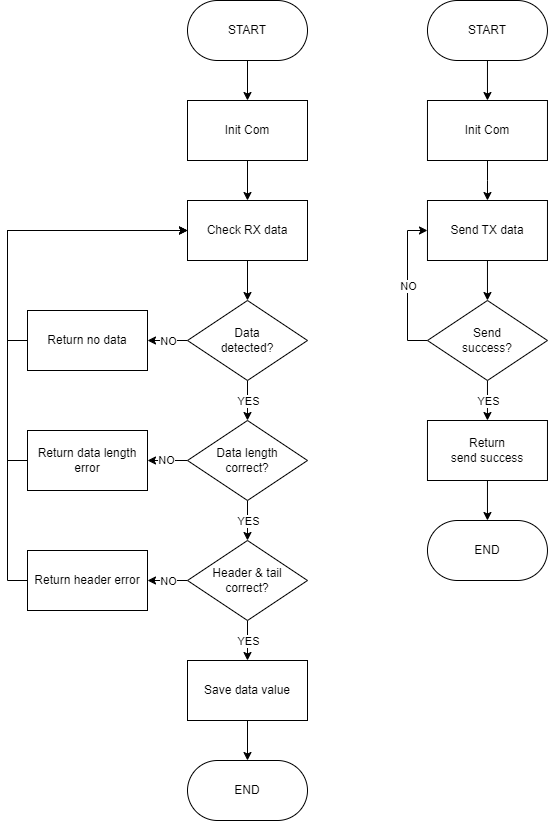
Before: Breakdown/Exported/Flow Control-Komunikasi RS-232.png, a diagram exported from draw.io (AlfonsusGiovanni/Welding-Arm-Manipulator). Source tidied: cells renumbered, new cells last; positions are measured from the earlier drawing's top-left corner, leaving out a move shared by most shapes.
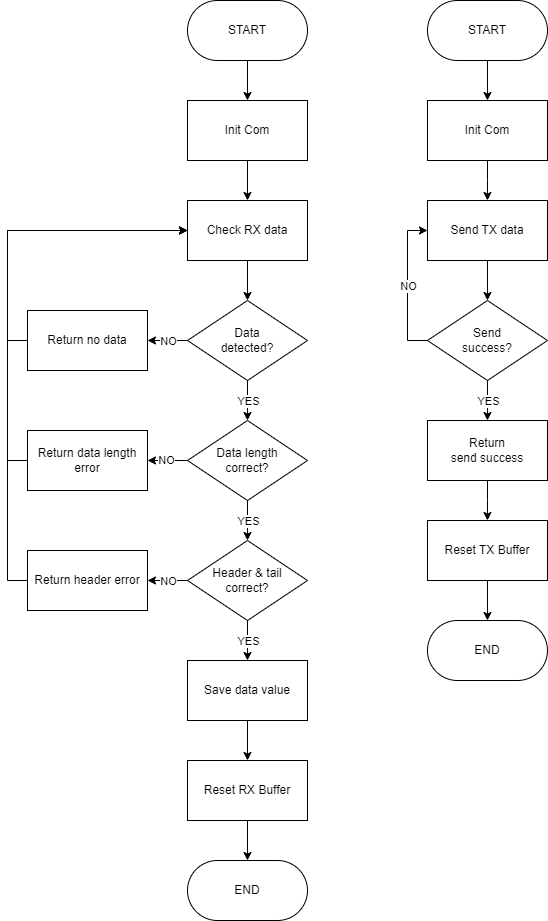
Above is the later version.

The edit, as a diff of the source:
```diff
@@ -65,15 +65,12 @@
     <mxCell id="22" value="Header &amp;amp; tail&lt;div&gt;correct?&lt;/div&gt;" style="rhombus;whiteSpace=wrap;html=1;" parent="1" vertex="1">
       <mxGeometry x="160" y="540" width="120" height="80" as="geometry" />
     </mxCell>
-    <mxCell id="23" style="edgeStyle=orthogonalEdgeStyle;rounded=0;jettySize=auto;html=1;" parent="1" edge="1" source="24" target="25">
-      <mxGeometry relative="1" as="geometry" />
-    </mxCell>
+    <mxCell id="46" style="edgeStyle=orthogonalEdgeStyle;rounded=0;jettySize=auto;html=1;" parent="1" edge="1" source="24" target="49">
+      <mxGeometry relative="1" as="geometry" />
+    </mxCell>
     <mxCell id="24" value="Save data value" style="rounded=0;whiteSpace=wrap;html=1;" parent="1" vertex="1">
       <mxGeometry x="160" y="660" width="120" height="60" as="geometry" />
     </mxCell>
-    <mxCell id="25" value="END" style="rounded=1;whiteSpace=wrap;html=1;arcSize=50;" parent="1" vertex="1">
-      <mxGeometry x="160" y="760" width="120" height="60" as="geometry" />
-    </mxCell>
     <mxCell id="26" style="edgeStyle=orthogonalEdgeStyle;rounded=0;jettySize=auto;html=1;exitX=0;exitY=0.5;exitDx=0;exitDy=0;entryX=0;entryY=0.5;entryDx=0;entryDy=0;" parent="1" edge="1" source="27" target="7">
       <mxGeometry relative="1" as="geometry" />
     </mxCell>
@@ -127,14 +124,31 @@
     <mxCell id="42" value="Send&lt;div&gt;success?&lt;/div&gt;" style="rhombus;whiteSpace=wrap;html=1;" parent="1" vertex="1">
       <mxGeometry x="400" y="300" width="120" height="80" as="geometry" />
     </mxCell>
-    <mxCell id="43" style="edgeStyle=orthogonalEdgeStyle;rounded=0;jettySize=auto;html=1;" parent="1" edge="1" source="44" target="45">
-      <mxGeometry relative="1" as="geometry" />
+    <mxCell id="43" style="edgeStyle=orthogonalEdgeStyle;rounded=0;jettySize=auto;html=1;" parent="1" edge="1" source="44">
+      <mxGeometry relative="1" as="geometry">
+        <mxPoint x="460" y="520" as="targetPoint" />
+      </mxGeometry>
     </mxCell>
     <mxCell id="44" value="Return&lt;div&gt;send success&lt;/div&gt;" style="rounded=0;whiteSpace=wrap;html=1;" parent="1" vertex="1">
       <mxGeometry x="400" y="420" width="120" height="60" as="geometry" />
     </mxCell>
-    <mxCell id="45" value="END" style="rounded=1;whiteSpace=wrap;html=1;arcSize=50;" parent="1" vertex="1">
-      <mxGeometry x="400" y="520" width="120" height="60" as="geometry" />
-    </mxCell>
+    <mxCell id="47" value="END" style="rounded=1;whiteSpace=wrap;html=1;arcSize=50;" parent="1" vertex="1">
+      <mxGeometry x="160" y="860" width="120" height="60" as="geometry" />
+    </mxCell>
+    <mxCell id="48" style="edgeStyle=orthogonalEdgeStyle;rounded=0;jettySize=auto;html=1;" parent="1" edge="1" source="49" target="47">
+      <mxGeometry relative="1" as="geometry" />
+    </mxCell>
+    <mxCell id="49" value="Reset RX Buffer" style="rounded=0;whiteSpace=wrap;html=1;" parent="1" vertex="1">
+      <mxGeometry x="160" y="760" width="120" height="60" as="geometry" />
+    </mxCell>
+    <mxCell id="50" value="END" style="rounded=1;whiteSpace=wrap;html=1;arcSize=50;" parent="1" vertex="1">
+      <mxGeometry x="400" y="620" width="120" height="60" as="geometry" />
+    </mxCell>
+    <mxCell id="51" style="edgeStyle=orthogonalEdgeStyle;rounded=0;jettySize=auto;html=1;" parent="1" edge="1" source="52" target="50">
+      <mxGeometry relative="1" as="geometry" />
+    </mxCell>
+    <mxCell id="52" value="Reset TX Buffer" style="rounded=0;whiteSpace=wrap;html=1;" parent="1" vertex="1">
+      <mxGeometry x="400" y="520" width="120" height="60" as="geometry" />
+    </mxCell>
   </root>
 </mxGraphModel>
```
